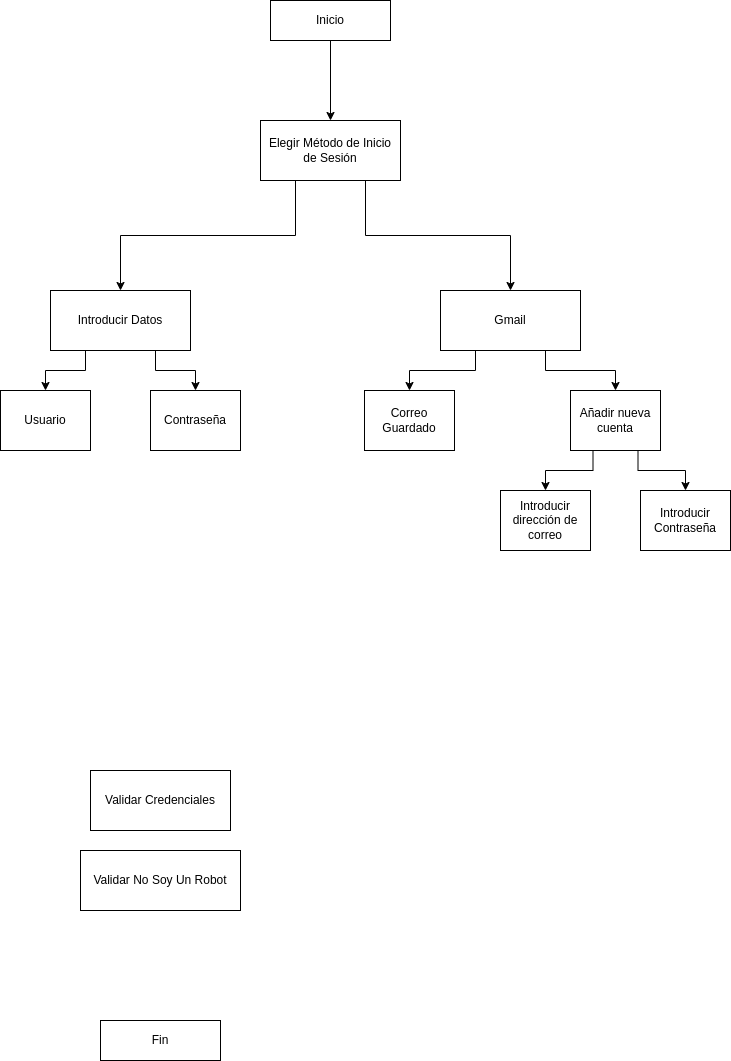
Before: ExamenDiagramaActividades.png, a diagram exported from draw.io (PeterMartEsc/ETS). Source tidied: cells renumbered, new cells last; positions are measured from the earlier drawing's top-left corner, leaving out a move shared by most shapes.
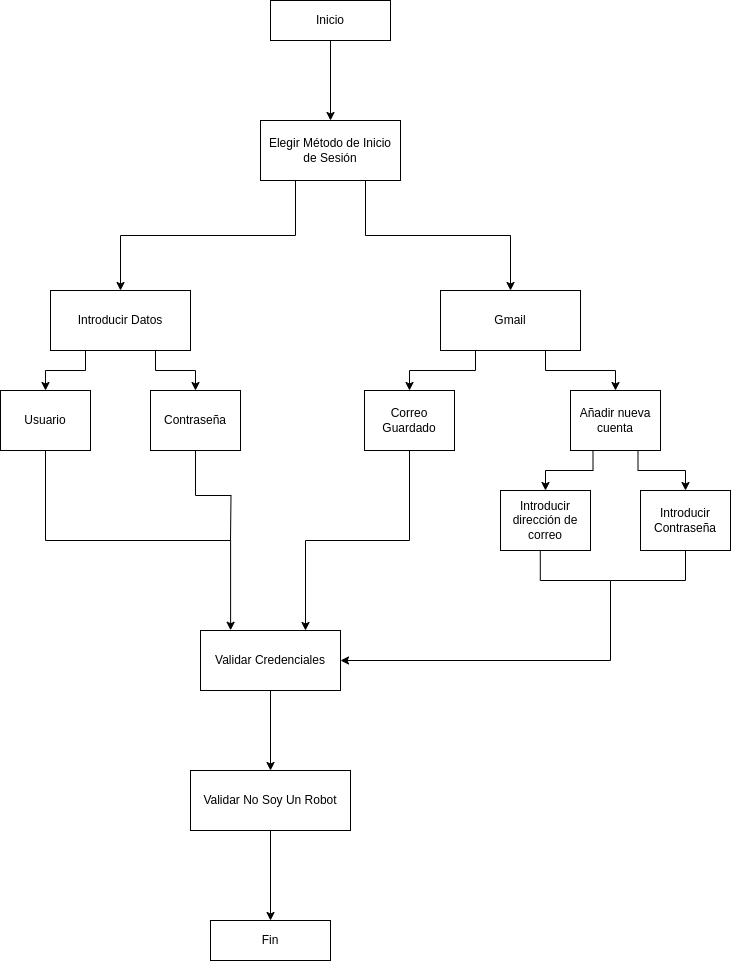
After the change.

The edit, as a diff of the source:
```diff
@@ -9,7 +9,7 @@
       <mxGeometry x="270" width="120" height="40" as="geometry" />
     </mxCell>
     <mxCell id="4" value="Fin" style="rounded=0;whiteSpace=wrap;html=1;" parent="1" vertex="1">
-      <mxGeometry x="100" y="1020" width="120" height="40" as="geometry" />
+      <mxGeometry x="210" y="920" width="120" height="40" as="geometry" />
     </mxCell>
     <mxCell id="5" style="edgeStyle=orthogonalEdgeStyle;rounded=0;jettySize=auto;html=1;exitX=0.25;exitY=1;exitDx=0;exitDy=0;entryX=0.5;entryY=0;entryDx=0;entryDy=0;" parent="1" edge="1" source="7" target="8">
       <mxGeometry relative="1" as="geometry" />
@@ -20,17 +20,31 @@
     <mxCell id="7" value="Introducir Datos" style="rounded=0;whiteSpace=wrap;html=1;" parent="1" vertex="1">
       <mxGeometry x="50" y="290" width="140" height="60" as="geometry" />
     </mxCell>
+    <mxCell id="24" style="edgeStyle=orthogonalEdgeStyle;rounded=0;jettySize=auto;html=1;exitX=0.5;exitY=1;exitDx=0;exitDy=0;entryX=0.215;entryY=-0.004;entryDx=0;entryDy=0;entryPerimeter=0;" parent="1" edge="1" source="8" target="10">
+      <mxGeometry relative="1" as="geometry" />
+    </mxCell>
     <mxCell id="8" value="Usuario" style="rounded=0;whiteSpace=wrap;html=1;" parent="1" vertex="1">
       <mxGeometry y="390" width="90" height="60" as="geometry" />
     </mxCell>
+    <mxCell id="25" style="edgeStyle=orthogonalEdgeStyle;rounded=0;jettySize=auto;html=1;exitX=0.5;exitY=1;exitDx=0;exitDy=0;endArrow=none;endFill=0;" parent="1" edge="1" source="9">
+      <mxGeometry relative="1" as="geometry">
+        <mxPoint x="230" y="540" as="targetPoint" />
+      </mxGeometry>
+    </mxCell>
     <mxCell id="9" value="Contraseña" style="rounded=0;whiteSpace=wrap;html=1;" parent="1" vertex="1">
       <mxGeometry x="150" y="390" width="90" height="60" as="geometry" />
     </mxCell>
+    <mxCell id="26" style="edgeStyle=orthogonalEdgeStyle;rounded=0;jettySize=auto;html=1;exitX=0.5;exitY=1;exitDx=0;exitDy=0;entryX=0.5;entryY=0;entryDx=0;entryDy=0;" parent="1" edge="1" source="10" target="11">
+      <mxGeometry relative="1" as="geometry" />
+    </mxCell>
     <mxCell id="10" value="Validar Credenciales" style="rounded=0;whiteSpace=wrap;html=1;" parent="1" vertex="1">
-      <mxGeometry x="90" y="770" width="140" height="60" as="geometry" />
+      <mxGeometry x="200" y="630" width="140" height="60" as="geometry" />
     </mxCell>
+    <mxCell id="27" style="edgeStyle=orthogonalEdgeStyle;rounded=0;jettySize=auto;html=1;exitX=0.5;exitY=1;exitDx=0;exitDy=0;entryX=0.5;entryY=0;entryDx=0;entryDy=0;" parent="1" edge="1" source="11" target="4">
+      <mxGeometry relative="1" as="geometry" />
+    </mxCell>
     <mxCell id="11" value="Validar No Soy Un Robot" style="rounded=0;whiteSpace=wrap;html=1;" parent="1" vertex="1">
-      <mxGeometry x="80" y="850" width="160" height="60" as="geometry" />
+      <mxGeometry x="190" y="770" width="160" height="60" as="geometry" />
     </mxCell>
     <mxCell id="12" style="edgeStyle=orthogonalEdgeStyle;rounded=0;jettySize=auto;html=1;exitX=0.25;exitY=1;exitDx=0;exitDy=0;entryX=0.5;entryY=0;entryDx=0;entryDy=0;" parent="1" edge="1" source="14" target="7">
       <mxGeometry relative="1" as="geometry" />
@@ -50,12 +64,32 @@
     <mxCell id="17" value="Gmail" style="rounded=0;whiteSpace=wrap;html=1;" parent="1" vertex="1">
       <mxGeometry x="440" y="290" width="140" height="60" as="geometry" />
     </mxCell>
+    <mxCell id="28" style="edgeStyle=orthogonalEdgeStyle;rounded=0;jettySize=auto;html=1;exitX=0.442;exitY=0.999;exitDx=0;exitDy=0;entryX=1;entryY=0.5;entryDx=0;entryDy=0;exitPerimeter=0;" parent="1" edge="1" source="18" target="10">
+      <mxGeometry relative="1" as="geometry">
+        <Array as="points">
+          <mxPoint x="540" y="580" />
+          <mxPoint x="610" y="580" />
+          <mxPoint x="610" y="660" />
+        </Array>
+      </mxGeometry>
+    </mxCell>
     <mxCell id="18" value="Introducir dirección de correo" style="rounded=0;whiteSpace=wrap;html=1;" parent="1" vertex="1">
       <mxGeometry x="500" y="490" width="90" height="60" as="geometry" />
     </mxCell>
+    <mxCell id="29" style="edgeStyle=orthogonalEdgeStyle;rounded=0;jettySize=auto;html=1;exitX=0.5;exitY=1;exitDx=0;exitDy=0;endArrow=none;endFill=0;" parent="1" edge="1" source="19">
+      <mxGeometry relative="1" as="geometry">
+        <mxPoint x="610" y="580" as="targetPoint" />
+        <Array as="points">
+          <mxPoint x="685" y="580" />
+        </Array>
+      </mxGeometry>
+    </mxCell>
     <mxCell id="19" value="Introducir&lt;br&gt;Contraseña" style="rounded=0;whiteSpace=wrap;html=1;" parent="1" vertex="1">
       <mxGeometry x="640" y="490" width="90" height="60" as="geometry" />
     </mxCell>
+    <mxCell id="30" style="edgeStyle=orthogonalEdgeStyle;rounded=0;jettySize=auto;html=1;exitX=0.5;exitY=1;exitDx=0;exitDy=0;entryX=0.75;entryY=0;entryDx=0;entryDy=0;" parent="1" edge="1" source="20" target="10">
+      <mxGeometry relative="1" as="geometry" />
+    </mxCell>
     <mxCell id="20" value="Correo Guardado" style="rounded=0;whiteSpace=wrap;html=1;" parent="1" vertex="1">
       <mxGeometry x="364" y="390" width="90" height="60" as="geometry" />
     </mxCell>
```
